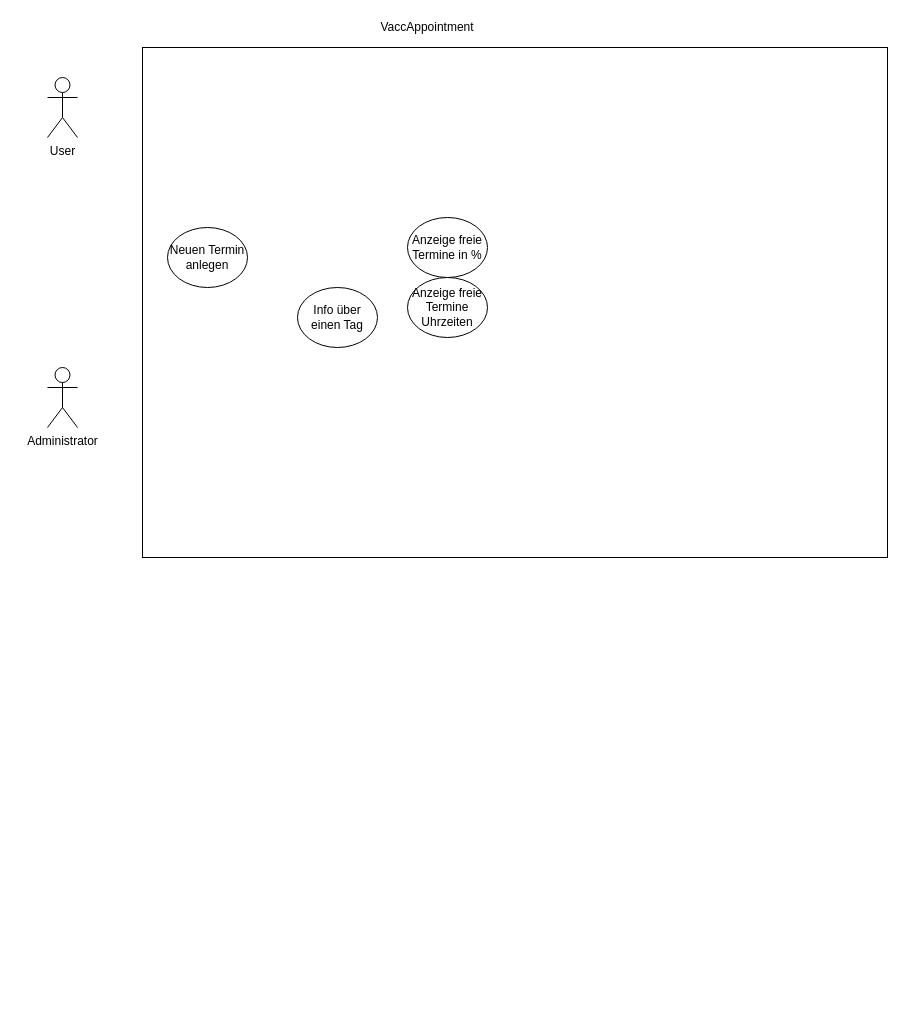
Before: UseCasediagramm.drawio in VinuelMancent/VaccAppointment, a draw.io diagram. Source tidied: cells renumbered, new cells numbered last; positions are measured from the earlier drawing's top-left corner, leaving out a move shared by most shapes. Both pictures are drawn from the tidied source at 100%, with x=0, y=0 at pixel (47, 17).
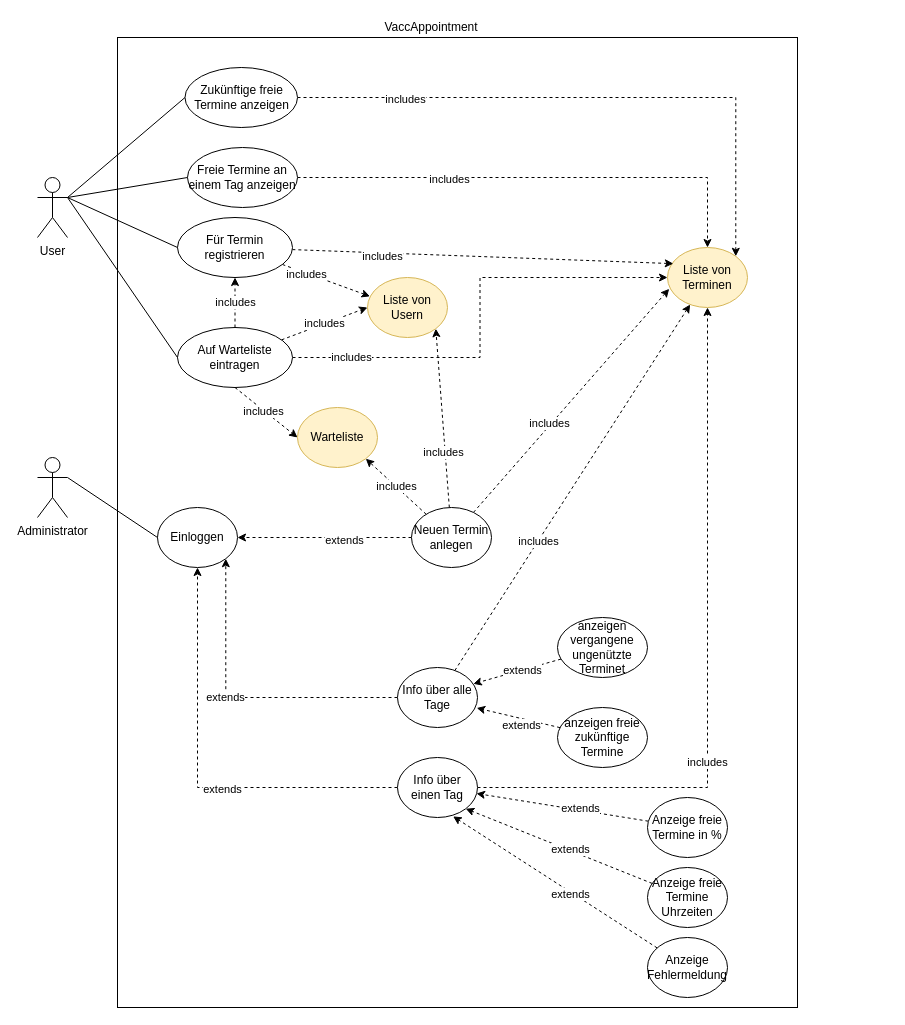
The same page after the edit.

Change to the diagram source:
```diff
@@
     <mxCell id="2" style="rounded=0;whiteSpace=wrap;html=1;" parent="1" vertex="1">
-      <mxGeometry x="95" y="30" width="745" height="510" as="geometry" />
+      <mxGeometry x="70" y="20" width="680" height="970" as="geometry" />
     </mxCell>
     <mxCell id="3" value="VaccAppointment" style="text;html=1;strokeColor=none;fillColor=none;align=center;verticalAlign=middle;whiteSpace=wrap;rounded=0;" parent="1" vertex="1">
-      <mxGeometry x="360" width="40" height="20" as="geometry" />
+      <mxGeometry x="364" width="40" height="20" as="geometry" />
     </mxCell>
     <mxCell id="4" value="User" style="shape=umlActor;verticalLabelPosition=bottom;verticalAlign=top;html=1;outlineConnect=0;" parent="1" vertex="1">
-      <mxGeometry y="60" width="30" height="60" as="geometry" />
+      <mxGeometry x="-10" y="160" width="30" height="60" as="geometry" />
     </mxCell>
     <mxCell id="5" value="Administrator" style="shape=umlActor;verticalLabelPosition=bottom;verticalAlign=top;html=1;outlineConnect=0;" parent="1" vertex="1">
-      <mxGeometry y="350" width="30" height="60" as="geometry" />
+      <mxGeometry x="-10" y="440" width="30" height="60" as="geometry" />
     </mxCell>
+    <mxCell id="10" style="rounded=0;jettySize=auto;html=1;entryX=0.021;entryY=0.689;entryDx=0;entryDy=0;dashed=1;entryPerimeter=0;" parent="1" edge="1" source="6" target="28">
+      <mxGeometry relative="1" as="geometry" />
+    </mxCell>
+    <mxCell id="11" value="includes" style="edgeLabel;html=1;align=center;verticalAlign=middle;" parent="10" vertex="1">
+      <mxGeometry x="-0.21" y="2" relative="1" as="geometry" />
+    </mxCell>
+    <mxCell id="12" style="edgeStyle=none;rounded=0;jettySize=auto;html=1;entryX=1;entryY=1;entryDx=0;entryDy=0;dashed=1;" parent="1" edge="1" source="6" target="34">
+      <mxGeometry relative="1" as="geometry" />
+    </mxCell>
+    <mxCell id="13" value="includes" style="edgeLabel;html=1;align=center;verticalAlign=middle;" parent="12" vertex="1">
+      <mxGeometry x="-0.37" y="2" relative="1" as="geometry" />
+    </mxCell>
+    <mxCell id="14" style="edgeStyle=none;rounded=0;jettySize=auto;html=1;entryX=1;entryY=0.5;entryDx=0;entryDy=0;dashed=1;" parent="1" edge="1" source="6" target="35">
+      <mxGeometry relative="1" as="geometry" />
+    </mxCell>
+    <mxCell id="15" value="extends" style="edgeLabel;html=1;align=center;verticalAlign=middle;" parent="14" vertex="1">
+      <mxGeometry x="-0.22" y="2" relative="1" as="geometry" />
+    </mxCell>
+    <mxCell id="16" value="includes" style="edgeStyle=none;rounded=0;jettySize=auto;html=1;entryX=1;entryY=1;entryDx=0;entryDy=0;dashed=1;" parent="1" edge="1" source="6" target="62">
+      <mxGeometry relative="1" as="geometry" />
+    </mxCell>
     <mxCell id="6" value="Neuen Termin anlegen" style="ellipse;whiteSpace=wrap;html=1;" parent="1" vertex="1">
-      <mxGeometry x="120" y="210" width="80" height="60" as="geometry" />
+      <mxGeometry x="364" y="490" width="80" height="60" as="geometry" />
     </mxCell>
+    <mxCell id="17" style="rounded=0;jettySize=auto;html=1;entryX=0.5;entryY=1;entryDx=0;entryDy=0;dashed=1;edgeStyle=orthogonalEdgeStyle;" parent="1" edge="1" source="7" target="28">
+      <mxGeometry relative="1" as="geometry" />
+    </mxCell>
+    <mxCell id="18" value="includes" style="edgeLabel;html=1;align=center;verticalAlign=middle;" parent="17" vertex="1">
+      <mxGeometry x="-0.28" y="1" relative="1" as="geometry" />
+    </mxCell>
+    <mxCell id="19" style="edgeStyle=orthogonalEdgeStyle;rounded=0;jettySize=auto;html=1;entryX=0.5;entryY=1;entryDx=0;entryDy=0;dashed=1;" parent="1" edge="1" source="7" target="35">
+      <mxGeometry relative="1" as="geometry" />
+    </mxCell>
+    <mxCell id="20" value="extends" style="edgeLabel;html=1;align=center;verticalAlign=middle;" parent="19" vertex="1">
+      <mxGeometry x="-0.16" y="1" relative="1" as="geometry" />
+    </mxCell>
     <mxCell id="7" value="Info über einen Tag" style="ellipse;whiteSpace=wrap;html=1;" parent="1" vertex="1">
-      <mxGeometry x="250" y="270" width="80" height="60" as="geometry" />
+      <mxGeometry x="350" y="740" width="80" height="60" as="geometry" />
     </mxCell>
+    <mxCell id="21" style="edgeStyle=none;rounded=0;jettySize=auto;html=1;dashed=1;" parent="1" edge="1" source="8">
+      <mxGeometry relative="1" as="geometry">
+        <mxPoint x="429" y="776" as="targetPoint" />
+      </mxGeometry>
+    </mxCell>
+    <mxCell id="22" value="extends" style="edgeLabel;html=1;align=center;verticalAlign=middle;" parent="21" vertex="1">
+      <mxGeometry x="-0.2" y="-2" relative="1" as="geometry" />
+    </mxCell>
     <mxCell id="8" value="Anzeige freie Termine in %" style="ellipse;whiteSpace=wrap;html=1;" parent="1" vertex="1">
-      <mxGeometry x="360" y="200" width="80" height="60" as="geometry" />
+      <mxGeometry x="600" y="780" width="80" height="60" as="geometry" />
     </mxCell>
+    <mxCell id="23" style="edgeStyle=none;rounded=0;jettySize=auto;html=1;entryX=1;entryY=1;entryDx=0;entryDy=0;dashed=1;" parent="1" edge="1" source="9" target="7">
+      <mxGeometry relative="1" as="geometry" />
+    </mxCell>
+    <mxCell id="24" value="extends" style="edgeLabel;html=1;align=center;verticalAlign=middle;" parent="23" vertex="1">
+      <mxGeometry x="-0.11" y="-1" relative="1" as="geometry" />
+    </mxCell>
     <mxCell id="9" value="Anzeige freie Termine Uhrzeiten" style="ellipse;whiteSpace=wrap;html=1;" parent="1" vertex="1">
-      <mxGeometry x="360" y="260" width="80" height="60" as="geometry" />
+      <mxGeometry x="600" y="850" width="80" height="60" as="geometry" />
     </mxCell>
+    <mxCell id="25" style="edgeStyle=none;rounded=0;jettySize=auto;html=1;entryX=0.695;entryY=0.981;entryDx=0;entryDy=0;dashed=1;entryPerimeter=0;" parent="1" edge="1" source="27" target="7">
+      <mxGeometry relative="1" as="geometry" />
+    </mxCell>
+    <mxCell id="26" value="extends" style="edgeLabel;html=1;align=center;verticalAlign=middle;" parent="25" vertex="1">
+      <mxGeometry x="-0.15" y="2" relative="1" as="geometry" />
+    </mxCell>
+    <mxCell id="27" value="Anzeige Fehlermeldung" style="ellipse;whiteSpace=wrap;html=1;" parent="1" vertex="1">
+      <mxGeometry x="600" y="920" width="80" height="60" as="geometry" />
+    </mxCell>
+    <mxCell id="28" value="Liste von Terminen" style="ellipse;whiteSpace=wrap;html=1;fillColor=#fff2cc;strokeColor=#d6b656;" parent="1" vertex="1">
+      <mxGeometry x="620" y="230" width="80" height="60" as="geometry" />
+    </mxCell>
+    <mxCell id="29" style="edgeStyle=none;rounded=0;jettySize=auto;html=1;entryX=0.031;entryY=0.314;entryDx=0;entryDy=0;dashed=1;entryPerimeter=0;" parent="1" edge="1" source="33" target="34">
+      <mxGeometry relative="1" as="geometry" />
+    </mxCell>
+    <mxCell id="30" value="includes" style="edgeLabel;html=1;align=center;verticalAlign=middle;" parent="29" vertex="1">
+      <mxGeometry x="-0.45" y="-1" relative="1" as="geometry" />
+    </mxCell>
+    <mxCell id="31" style="edgeStyle=none;rounded=0;jettySize=auto;html=1;entryX=0.073;entryY=0.269;entryDx=0;entryDy=0;entryPerimeter=0;dashed=1;" parent="1" edge="1" source="33" target="28">
+      <mxGeometry relative="1" as="geometry" />
+    </mxCell>
+    <mxCell id="32" value="includes" style="edgeLabel;html=1;align=center;verticalAlign=middle;" parent="31" vertex="1">
+      <mxGeometry x="-0.53" y="-3" relative="1" as="geometry" />
+    </mxCell>
+    <mxCell id="33" value="Für Termin registrieren" style="ellipse;whiteSpace=wrap;html=1;" parent="1" vertex="1">
+      <mxGeometry x="130" y="200" width="115" height="60" as="geometry" />
+    </mxCell>
+    <mxCell id="34" value="Liste von Usern" style="ellipse;whiteSpace=wrap;html=1;fillColor=#fff2cc;strokeColor=#d6b656;" parent="1" vertex="1">
+      <mxGeometry x="320" y="260" width="80" height="60" as="geometry" />
+    </mxCell>
+    <mxCell id="35" value="Einloggen" style="ellipse;whiteSpace=wrap;html=1;" parent="1" vertex="1">
+      <mxGeometry x="110" y="490" width="80" height="60" as="geometry" />
+    </mxCell>
+    <mxCell id="36" style="edgeStyle=orthogonalEdgeStyle;rounded=0;jettySize=auto;html=1;dashed=1;entryX=1;entryY=1;entryDx=0;entryDy=0;" parent="1" edge="1" source="40" target="35">
+      <mxGeometry relative="1" as="geometry" />
+    </mxCell>
+    <mxCell id="37" value="extends" style="edgeLabel;html=1;align=center;verticalAlign=middle;" parent="36" vertex="1">
+      <mxGeometry x="0.11" y="1" relative="1" as="geometry" />
+    </mxCell>
+    <mxCell id="38" style="edgeStyle=none;rounded=0;jettySize=auto;html=1;dashed=1;" parent="1" edge="1" source="40" target="28">
+      <mxGeometry relative="1" as="geometry" />
+    </mxCell>
+    <mxCell id="39" value="includes" style="edgeLabel;html=1;align=center;verticalAlign=middle;" parent="38" vertex="1">
+      <mxGeometry x="-0.29" relative="1" as="geometry" />
+    </mxCell>
+    <mxCell id="40" value="Info über alle Tage" style="ellipse;whiteSpace=wrap;html=1;" parent="1" vertex="1">
+      <mxGeometry x="350" y="650" width="80" height="60" as="geometry" />
+    </mxCell>
+    <mxCell id="41" style="edgeStyle=none;rounded=0;jettySize=auto;html=1;entryX=0.948;entryY=0.272;entryDx=0;entryDy=0;dashed=1;entryPerimeter=0;" parent="1" edge="1" source="43" target="40">
+      <mxGeometry relative="1" as="geometry" />
+    </mxCell>
+    <mxCell id="42" value="extends" style="edgeLabel;html=1;align=center;verticalAlign=middle;" parent="41" vertex="1">
+      <mxGeometry x="0.36" y="2" relative="1" as="geometry">
+        <mxPoint x="19.9" y="-8" as="offset" />
+      </mxGeometry>
+    </mxCell>
+    <mxCell id="43" value="anzeigen vergangene ungenützte Terminet" style="ellipse;whiteSpace=wrap;html=1;" parent="1" vertex="1">
+      <mxGeometry x="510" y="600" width="90" height="60" as="geometry" />
+    </mxCell>
+    <mxCell id="44" style="edgeStyle=none;rounded=0;jettySize=auto;html=1;entryX=0.99;entryY=0.675;entryDx=0;entryDy=0;dashed=1;entryPerimeter=0;" parent="1" edge="1" source="46" target="40">
+      <mxGeometry relative="1" as="geometry" />
+    </mxCell>
+    <mxCell id="45" value="extends" style="edgeLabel;html=1;align=center;verticalAlign=middle;" parent="44" vertex="1">
+      <mxGeometry x="0.4" y="2" relative="1" as="geometry">
+        <mxPoint x="19.7" y="9" as="offset" />
+      </mxGeometry>
+    </mxCell>
+    <mxCell id="46" value="anzeigen freie zukünftige Termine" style="ellipse;whiteSpace=wrap;html=1;" parent="1" vertex="1">
+      <mxGeometry x="510" y="690" width="90" height="60" as="geometry" />
+    </mxCell>
+    <mxCell id="47" style="endArrow=none;html=1;exitX=1;exitY=0.3333333333333333;exitDx=0;exitDy=0;exitPerimeter=0;entryX=0;entryY=0.5;entryDx=0;entryDy=0;" parent="1" edge="1" source="5" target="35">
+      <mxGeometry relative="1" as="geometry" />
+    </mxCell>
+    <mxCell id="48" style="edgeStyle=orthogonalEdgeStyle;rounded=0;jettySize=auto;html=1;dashed=1;" parent="1" edge="1" source="50" target="28">
+      <mxGeometry relative="1" as="geometry" />
+    </mxCell>
+    <mxCell id="49" value="includes" style="edgeLabel;html=1;align=center;verticalAlign=middle;" parent="48" vertex="1">
+      <mxGeometry x="-0.37" y="-1" relative="1" as="geometry" />
+    </mxCell>
+    <mxCell id="50" value="Freie Termine an einem Tag anzeigen" style="ellipse;whiteSpace=wrap;html=1;" parent="1" vertex="1">
+      <mxGeometry x="140" y="130" width="110" height="60" as="geometry" />
+    </mxCell>
+    <mxCell id="51" style="endArrow=none;html=1;exitX=1;exitY=0.3333333333333333;exitDx=0;exitDy=0;exitPerimeter=0;entryX=0;entryY=0.5;entryDx=0;entryDy=0;" parent="1" edge="1" source="4" target="33">
+      <mxGeometry relative="1" as="geometry" />
+    </mxCell>
+    <mxCell id="52" style="endArrow=none;html=1;entryX=0;entryY=0.5;entryDx=0;entryDy=0;" parent="1" edge="1" target="50">
+      <mxGeometry relative="1" as="geometry">
+        <mxPoint x="20" y="180" as="sourcePoint" />
+      </mxGeometry>
+    </mxCell>
+    <mxCell id="53" style="edgeStyle=orthogonalEdgeStyle;rounded=0;jettySize=auto;html=1;entryX=1;entryY=0;entryDx=0;entryDy=0;dashed=1;" parent="1" edge="1" source="55" target="28">
+      <mxGeometry relative="1" as="geometry" />
+    </mxCell>
+    <mxCell id="54" value="includes" style="edgeLabel;html=1;align=center;verticalAlign=middle;" parent="53" vertex="1">
+      <mxGeometry x="-0.64" y="-1" relative="1" as="geometry" />
+    </mxCell>
+    <mxCell id="55" value="Zukünftige freie Termine anzeigen" style="ellipse;whiteSpace=wrap;html=1;" parent="1" vertex="1">
+      <mxGeometry x="137.5" y="50" width="112.5" height="60" as="geometry" />
+    </mxCell>
+    <mxCell id="56" style="rounded=0;jettySize=auto;html=1;entryX=0;entryY=0.5;entryDx=0;entryDy=0;dashed=1;exitX=0.5;exitY=1;exitDx=0;exitDy=0;" parent="1" edge="1" source="61" target="62">
+      <mxGeometry relative="1" as="geometry" />
+    </mxCell>
+    <mxCell id="57" value="includes" style="edgeLabel;html=1;align=center;verticalAlign=middle;" parent="56" vertex="1">
+      <mxGeometry x="-0.08" y="-1" relative="1" as="geometry" />
+    </mxCell>
+    <mxCell id="58" value="includes" style="rounded=0;jettySize=auto;html=1;entryX=0;entryY=0.5;entryDx=0;entryDy=0;dashed=1;" parent="1" edge="1" source="61" target="34">
+      <mxGeometry relative="1" as="geometry" />
+    </mxCell>
+    <mxCell id="59" value="includes" style="edgeStyle=orthogonalEdgeStyle;rounded=0;jettySize=auto;html=1;entryX=0.5;entryY=1;entryDx=0;entryDy=0;dashed=1;" parent="1" edge="1" source="61" target="33">
+      <mxGeometry relative="1" as="geometry" />
+    </mxCell>
+    <mxCell id="60" value="includes" style="edgeStyle=orthogonalEdgeStyle;rounded=0;jettySize=auto;html=1;entryX=0;entryY=0.5;entryDx=0;entryDy=0;dashed=1;" parent="1" edge="1" source="61" target="28">
+      <mxGeometry x="-0.74" relative="1" as="geometry" />
+    </mxCell>
+    <mxCell id="61" value="Auf Warteliste eintragen" style="ellipse;whiteSpace=wrap;html=1;" parent="1" vertex="1">
+      <mxGeometry x="130" y="310" width="115" height="60" as="geometry" />
+    </mxCell>
+    <mxCell id="62" value="Warteliste" style="ellipse;whiteSpace=wrap;html=1;fillColor=#fff2cc;strokeColor=#d6b656;" parent="1" vertex="1">
+      <mxGeometry x="250" y="390" width="80" height="60" as="geometry" />
+    </mxCell>
+    <mxCell id="63" style="endArrow=none;html=1;entryX=0;entryY=0.5;entryDx=0;entryDy=0;" parent="1" edge="1" target="55">
+      <mxGeometry relative="1" as="geometry">
+        <mxPoint x="20" y="180" as="sourcePoint" />
+      </mxGeometry>
+    </mxCell>
+    <mxCell id="64" style="endArrow=none;html=1;entryX=0;entryY=0.5;entryDx=0;entryDy=0;" parent="1" edge="1" target="61">
+      <mxGeometry relative="1" as="geometry">
+        <mxPoint x="20" y="180" as="sourcePoint" />
+      </mxGeometry>
+    </mxCell>
```
